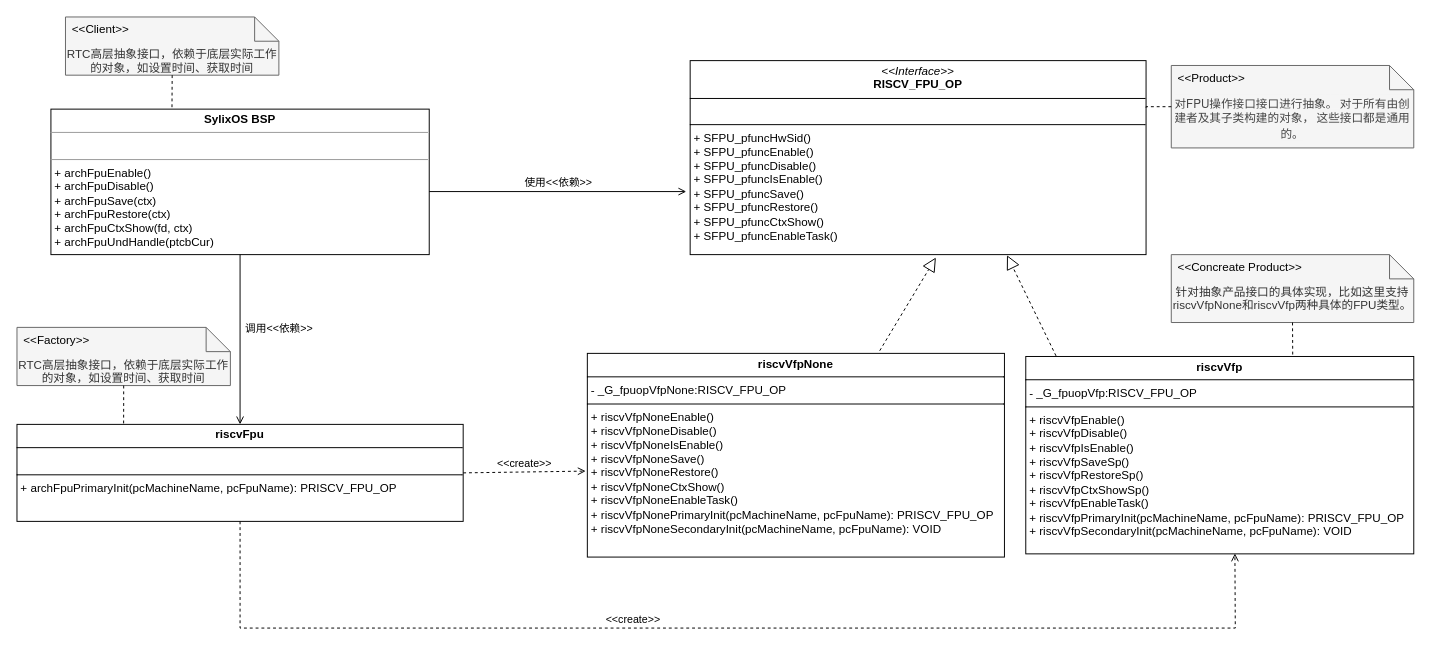
Above: page "SylixOS设计模式-简单工厂" (4 of 4) of draw/SylixOS内核艺术.drawio in peng-fan/drawio (draw.io), before the change. Source tidied: cells renumbered, new cells numbered last; positions are measured from the earlier drawing's top-left corner, leaving out a move shared by most shapes. Both pictures are drawn from the tidied source at 97%, with x=0, y=0 at pixel (16, 16).
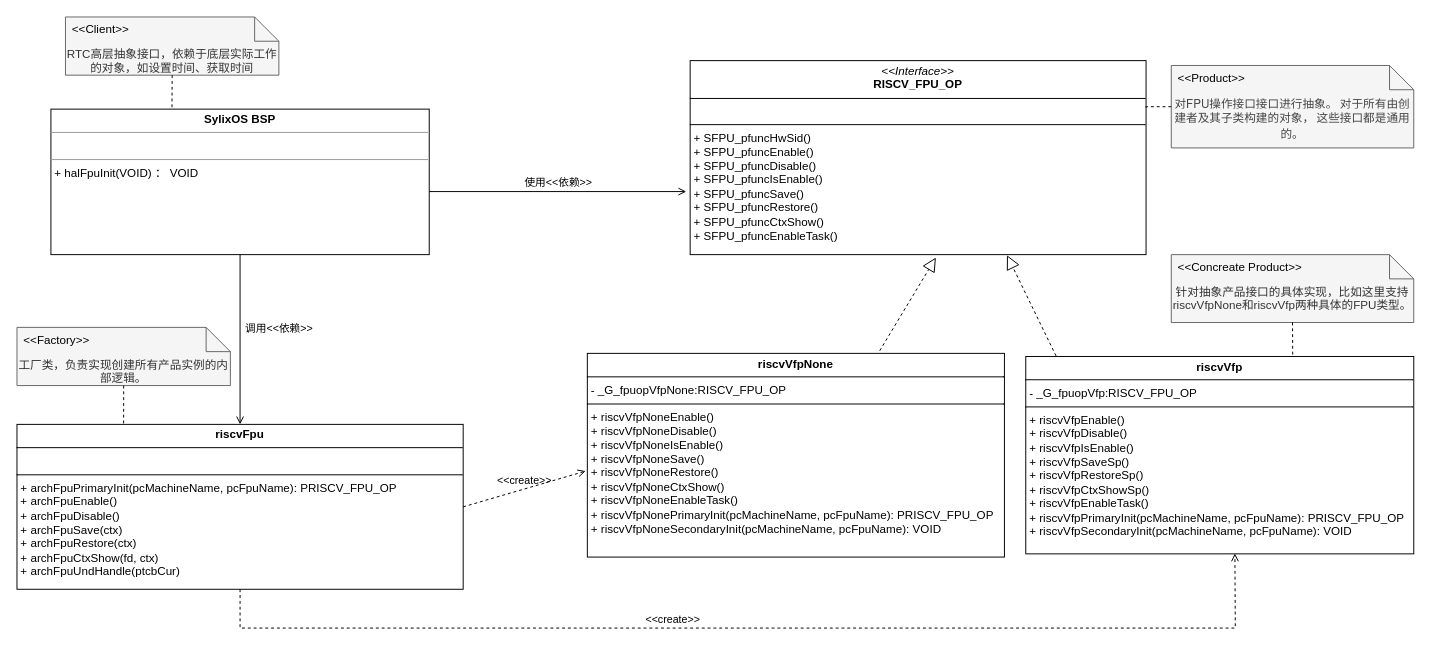
Above is the later version.

Commit message (it also covers changes not shown here):
更新SylixOS内核艺术.drawio

What changed in the source:
```diff
@@
-    <mxCell id="4" value="&lt;p style=&quot;margin:0px;margin-top:4px;text-align:center;&quot;&gt;&lt;span style=&quot;font-weight: 700; text-wrap-mode: wrap;&quot;&gt;SylixOS BSP&lt;/span&gt;&lt;/p&gt;&lt;hr size=&quot;1&quot;&gt;&lt;p style=&quot;margin:0px;margin-left:4px;&quot;&gt;&lt;br&gt;&lt;/p&gt;&lt;hr size=&quot;1&quot;&gt;&lt;p style=&quot;margin:0px;margin-left:4px;&quot;&gt;&lt;span style=&quot;text-wrap-mode: wrap;&quot;&gt;+ archFpuEnable()&lt;/span&gt;&lt;/p&gt;&lt;p style=&quot;margin:0px;margin-left:4px;&quot;&gt;&lt;span style=&quot;text-wrap-mode: wrap;&quot;&gt;+ archFpuDisable()&lt;/span&gt;&lt;/p&gt;&lt;p style=&quot;margin:0px;margin-left:4px;&quot;&gt;&lt;span style=&quot;text-wrap-mode: wrap;&quot;&gt;+ archFpuSave(ctx)&lt;/span&gt;&lt;/p&gt;&lt;p style=&quot;margin:0px;margin-left:4px;&quot;&gt;&lt;span style=&quot;text-wrap-mode: wrap;&quot;&gt;+ archFpuRestore(ctx)&lt;/span&gt;&lt;/p&gt;&lt;p style=&quot;margin:0px;margin-left:4px;&quot;&gt;&lt;span style=&quot;text-wrap-mode: wrap;&quot;&gt;+ archFpuCtxShow(fd, ctx)&lt;/span&gt;&lt;/p&gt;&lt;p style=&quot;margin:0px;margin-left:4px;&quot;&gt;&lt;span style=&quot;text-wrap-mode: wrap;&quot;&gt;+ archFpuUndHandle(ptcbCur)&lt;/span&gt;&lt;/p&gt;" style="verticalAlign=top;align=left;overflow=fill;fontSize=12;fontFamily=Helvetica;html=1;rounded=0;shadow=0;comic=0;labelBackgroundColor=none;strokeWidth=1;" parent="1" vertex="1">
+    <mxCell id="4" value="&lt;p style=&quot;margin:0px;margin-top:4px;text-align:center;&quot;&gt;&lt;span style=&quot;font-weight: 700; text-wrap-mode: wrap;&quot;&gt;SylixOS BSP&lt;/span&gt;&lt;/p&gt;&lt;hr size=&quot;1&quot;&gt;&lt;p style=&quot;margin:0px;margin-left:4px;&quot;&gt;&lt;br&gt;&lt;/p&gt;&lt;hr size=&quot;1&quot;&gt;&lt;p style=&quot;margin:0px;margin-left:4px;&quot;&gt;&lt;span style=&quot;text-wrap-mode: wrap;&quot;&gt;+ halFpuInit(VOID) ： VOID&lt;/span&gt;&lt;/p&gt;" style="verticalAlign=top;align=left;overflow=fill;fontSize=12;fontFamily=Helvetica;html=1;rounded=0;shadow=0;comic=0;labelBackgroundColor=none;strokeWidth=1;" parent="1" vertex="1">
       <mxGeometry x="35" y="95" width="390" height="150" as="geometry" />
     </mxCell>
-    <mxCell id="5" value="&lt;p style=&quot;margin:0px;margin-top:4px;text-align:center;&quot;&gt;&lt;b&gt;riscvFpu&lt;/b&gt;&lt;/p&gt;&lt;hr size=&quot;1&quot; style=&quot;border-style:solid;&quot;&gt;&lt;p style=&quot;margin:0px;margin-left:4px;&quot;&gt;&lt;br&gt;&lt;/p&gt;&lt;hr size=&quot;1&quot; style=&quot;border-style:solid;&quot;&gt;&lt;p style=&quot;margin: 0px 0px 0px 4px;&quot;&gt;+ archFpuPrimaryInit(pcMachineName, pcFpuName):&amp;nbsp;PRISCV_FPU_OP&lt;/p&gt;" style="verticalAlign=top;align=left;overflow=fill;html=1;whiteSpace=wrap;" parent="1" vertex="1">
-      <mxGeometry y="420" width="460" height="100" as="geometry" />
+    <mxCell id="5" value="&lt;p style=&quot;margin:0px;margin-top:4px;text-align:center;&quot;&gt;&lt;b&gt;riscvFpu&lt;/b&gt;&lt;/p&gt;&lt;hr size=&quot;1&quot; style=&quot;border-style:solid;&quot;&gt;&lt;p style=&quot;margin:0px;margin-left:4px;&quot;&gt;&lt;br&gt;&lt;/p&gt;&lt;hr size=&quot;1&quot; style=&quot;border-style:solid;&quot;&gt;&lt;p style=&quot;margin: 0px 0px 0px 4px;&quot;&gt;+ archFpuPrimaryInit(pcMachineName, pcFpuName):&amp;nbsp;PRISCV_FPU_OP&lt;/p&gt;&lt;p style=&quot;text-wrap-mode: nowrap; margin: 0px 0px 0px 4px;&quot;&gt;&lt;span style=&quot;text-wrap-mode: wrap;&quot;&gt;+ archFpuEnable()&lt;/span&gt;&lt;/p&gt;&lt;p style=&quot;text-wrap-mode: nowrap; margin: 0px 0px 0px 4px;&quot;&gt;&lt;span style=&quot;text-wrap-mode: wrap;&quot;&gt;+ archFpuDisable()&lt;/span&gt;&lt;/p&gt;&lt;p style=&quot;text-wrap-mode: nowrap; margin: 0px 0px 0px 4px;&quot;&gt;&lt;span style=&quot;text-wrap-mode: wrap;&quot;&gt;+ archFpuSave(ctx)&lt;/span&gt;&lt;/p&gt;&lt;p style=&quot;text-wrap-mode: nowrap; margin: 0px 0px 0px 4px;&quot;&gt;&lt;span style=&quot;text-wrap-mode: wrap;&quot;&gt;+ archFpuRestore(ctx)&lt;/span&gt;&lt;/p&gt;&lt;p style=&quot;text-wrap-mode: nowrap; margin: 0px 0px 0px 4px;&quot;&gt;&lt;span style=&quot;text-wrap-mode: wrap;&quot;&gt;+ archFpuCtxShow(fd, ctx)&lt;/span&gt;&lt;/p&gt;&lt;p style=&quot;text-wrap-mode: nowrap; margin: 0px 0px 0px 4px;&quot;&gt;&lt;span style=&quot;text-wrap-mode: wrap;&quot;&gt;+ archFpuUndHandle(ptcbCur)&lt;/span&gt;&lt;/p&gt;" style="verticalAlign=top;align=left;overflow=fill;html=1;whiteSpace=wrap;" parent="1" vertex="1">
+      <mxGeometry y="420" width="460" height="170" as="geometry" />
     </mxCell>
@@
-    <mxCell id="13" value="&lt;div&gt;&lt;div class=&quot;ace-line ace-line old-record-id-ExkXdVtDqofSKyxZcV6c9kCpnzc&quot;&gt;RTC高层抽象接口，依赖于底层实际工作的对象，如设置时间、获取时间&lt;/div&gt;&lt;/div&gt;&lt;span data-lark-record-data=&quot;{&amp;quot;rootId&amp;quot;:&amp;quot;XQFvd94RPoZa4Mx5yjpcOu3MnYf&amp;quot;,&amp;quot;text&amp;quot;:{&amp;quot;initialAttributedTexts&amp;quot;:{&amp;quot;text&amp;quot;:{&amp;quot;0&amp;quot;:&amp;quot;RTC子系统：作为环境(Context)类，使用这些策略&amp;quot;},&amp;quot;attribs&amp;quot;:{&amp;quot;0&amp;quot;:&amp;quot;*0+s&amp;quot;}},&amp;quot;apool&amp;quot;:{&amp;quot;numToAttrib&amp;quot;:{&amp;quot;0&amp;quot;:[&amp;quot;author&amp;quot;,&amp;quot;7164723265586348036&amp;quot;]},&amp;quot;nextNum&amp;quot;:1}},&amp;quot;type&amp;quot;:&amp;quot;text&amp;quot;,&amp;quot;referenceRecordMap&amp;quot;:{},&amp;quot;extra&amp;quot;:{&amp;quot;channel&amp;quot;:&amp;quot;saas&amp;quot;,&amp;quot;isEqualBlockSelection&amp;quot;:true,&amp;quot;pasteRandomId&amp;quot;:&amp;quot;aa6ecff8-70e5-4af4-9037-28c291040ef5&amp;quot;,&amp;quot;mention_page_title&amp;quot;:{},&amp;quot;external_mention_url&amp;quot;:{}},&amp;quot;isKeepQuoteContainer&amp;quot;:false,&amp;quot;isFromCode&amp;quot;:false,&amp;quot;selection&amp;quot;:[{&amp;quot;id&amp;quot;:26,&amp;quot;type&amp;quot;:&amp;quot;text&amp;quot;,&amp;quot;selection&amp;quot;:{&amp;quot;start&amp;quot;:0,&amp;quot;end&amp;quot;:28},&amp;quot;recordId&amp;quot;:&amp;quot;ExkXdVtDqofSKyxZcV6c9kCpnzc&amp;quot;}],&amp;quot;payloadMap&amp;quot;:{},&amp;quot;isCut&amp;quot;:false}&quot; class=&quot;lark-record-clipboard&quot;&gt;&lt;/span&gt;" style="shape=note2;boundedLbl=1;whiteSpace=wrap;html=1;size=25;verticalAlign=top;align=center;fillColor=#f5f5f5;fontColor=#333333;strokeColor=#666666;" parent="1" vertex="1">
+    <mxCell id="13" value="&lt;div&gt;&lt;div class=&quot;ace-line ace-line old-record-id-ExkXdVtDqofSKyxZcV6c9kCpnzc&quot;&gt;&lt;div&gt;&lt;div class=&quot;old-record-id-EqthdoWPpoD6GoxRNPJcncbZnUe&quot;&gt;工厂类，负责实现创建所有产品实例的内部逻辑。&lt;/div&gt;&lt;div class=&quot;old-record-id-EqthdoWPpoD6GoxRNPJcncbZnUe&quot;&gt;&lt;br&gt;&lt;/div&gt;&lt;/div&gt;&lt;span data-lark-record-data=&quot;{&amp;quot;rootId&amp;quot;:&amp;quot;Xg9udgYO5oD60cx9DwBchDOxnnh&amp;quot;,&amp;quot;text&amp;quot;:{&amp;quot;initialAttributedTexts&amp;quot;:{&amp;quot;text&amp;quot;:{&amp;quot;0&amp;quot;:&amp;quot;工厂类，它是简单工厂模式的核心，负责实现创建所有产品实例的内部逻辑。工厂类对外提供静态的工厂方法，根据传入的参数（如ID或名称）决定实例化哪一个具体产品，并返回抽象产品类型Product的指针&amp;quot;},&amp;quot;attribs&amp;quot;:{&amp;quot;0&amp;quot;:&amp;quot;*0+2o&amp;quot;}},&amp;quot;apool&amp;quot;:{&amp;quot;numToAttrib&amp;quot;:{&amp;quot;0&amp;quot;:[&amp;quot;author&amp;quot;,&amp;quot;7164723265586348036&amp;quot;]},&amp;quot;nextNum&amp;quot;:1}},&amp;quot;type&amp;quot;:&amp;quot;text&amp;quot;,&amp;quot;referenceRecordMap&amp;quot;:{},&amp;quot;extra&amp;quot;:{&amp;quot;channel&amp;quot;:&amp;quot;saas&amp;quot;,&amp;quot;isEqualBlockSelection&amp;quot;:false,&amp;quot;pasteRandomId&amp;quot;:&amp;quot;52ab1bf3-2f31-4801-a902-87b94a2c1df0&amp;quot;,&amp;quot;mention_page_title&amp;quot;:{},&amp;quot;external_mention_url&amp;quot;:{}},&amp;quot;isKeepQuoteContainer&amp;quot;:false,&amp;quot;isFromCode&amp;quot;:false,&amp;quot;selection&amp;quot;:[{&amp;quot;id&amp;quot;:258,&amp;quot;type&amp;quot;:&amp;quot;text&amp;quot;,&amp;quot;selection&amp;quot;:{&amp;quot;start&amp;quot;:15,&amp;quot;end&amp;quot;:111},&amp;quot;recordId&amp;quot;:&amp;quot;EqthdoWPpoD6GoxRNPJcncbZnUe&amp;quot;}],&amp;quot;payloadMap&amp;quot;:{},&amp;quot;isCut&amp;quot;:false}&quot; class=&quot;lark-record-clipboard&quot;&gt;&lt;/span&gt;&lt;/div&gt;&lt;/div&gt;&lt;span data-lark-record-data=&quot;{&amp;quot;rootId&amp;quot;:&amp;quot;XQFvd94RPoZa4Mx5yjpcOu3MnYf&amp;quot;,&amp;quot;text&amp;quot;:{&amp;quot;initialAttributedTexts&amp;quot;:{&amp;quot;text&amp;quot;:{&amp;quot;0&amp;quot;:&amp;quot;RTC子系统：作为环境(Context)类，使用这些策略&amp;quot;},&amp;quot;attribs&amp;quot;:{&amp;quot;0&amp;quot;:&amp;quot;*0+s&amp;quot;}},&amp;quot;apool&amp;quot;:{&amp;quot;numToAttrib&amp;quot;:{&amp;quot;0&amp;quot;:[&amp;quot;author&amp;quot;,&amp;quot;7164723265586348036&amp;quot;]},&amp;quot;nextNum&amp;quot;:1}},&amp;quot;type&amp;quot;:&amp;quot;text&amp;quot;,&amp;quot;referenceRecordMap&amp;quot;:{},&amp;quot;extra&amp;quot;:{&amp;quot;channel&amp;quot;:&amp;quot;saas&amp;quot;,&amp;quot;isEqualBlockSelection&amp;quot;:true,&amp;quot;pasteRandomId&amp;quot;:&amp;quot;aa6ecff8-70e5-4af4-9037-28c291040ef5&amp;quot;,&amp;quot;mention_page_title&amp;quot;:{},&amp;quot;external_mention_url&amp;quot;:{}},&amp;quot;isKeepQuoteContainer&amp;quot;:false,&amp;quot;isFromCode&amp;quot;:false,&amp;quot;selection&amp;quot;:[{&amp;quot;id&amp;quot;:26,&amp;quot;type&amp;quot;:&amp;quot;text&amp;quot;,&amp;quot;selection&amp;quot;:{&amp;quot;start&amp;quot;:0,&amp;quot;end&amp;quot;:28},&amp;quot;recordId&amp;quot;:&amp;quot;ExkXdVtDqofSKyxZcV6c9kCpnzc&amp;quot;}],&amp;quot;payloadMap&amp;quot;:{},&amp;quot;isCut&amp;quot;:false}&quot; class=&quot;lark-record-clipboard&quot;&gt;&lt;/span&gt;" style="shape=note2;boundedLbl=1;whiteSpace=wrap;html=1;size=25;verticalAlign=top;align=center;fillColor=#f5f5f5;fontColor=#333333;strokeColor=#666666;" parent="1" vertex="1">
       <mxGeometry y="320" width="220" height="60" as="geometry" />
     </mxCell>
@@
-    <mxCell id="19" value="&lt;div&gt;&lt;div class=&quot;ace-line ace-line old-record-id-ExkXdVtDqofSKyxZcV6c9kCpnzc&quot;&gt;RTC高层抽象接口，依赖于底层实际工作的对象，如设置时间、获取时间&lt;/div&gt;&lt;/div&gt;&lt;span data-lark-record-data=&quot;{&amp;quot;rootId&amp;quot;:&amp;quot;XQFvd94RPoZa4Mx5yjpcOu3MnYf&amp;quot;,&amp;quot;text&amp;quot;:{&amp;quot;initialAttributedTexts&amp;quot;:{&amp;quot;text&amp;quot;:{&amp;quot;0&amp;quot;:&amp;quot;RTC子系统：作为环境(Context)类，使用这些策略&amp;quot;},&amp;quot;attribs&amp;quot;:{&amp;quot;0&amp;quot;:&amp;quot;*0+s&amp;quot;}},&amp;quot;apool&amp;quot;:{&amp;quot;numToAttrib&amp;quot;:{&amp;quot;0&amp;quot;:[&amp;quot;author&amp;quot;,&amp;quot;7164723265586348036&amp;quot;]},&amp;quot;nextNum&amp;quot;:1}},&amp;quot;type&amp;quot;:&amp;quot;text&amp;quot;,&amp;quot;referenceRecordMap&amp;quot;:{},&amp;quot;extra&amp;quot;:{&amp;quot;channel&amp;quot;:&amp;quot;saas&amp;quot;,&amp;quot;isEqualBlockSelection&amp;quot;:true,&amp;quot;pasteRandomId&amp;quot;:&amp;quot;aa6ecff8-70e5-4af4-9037-28c291040ef5&amp;quot;,&amp;quot;mention_page_title&amp;quot;:{},&amp;quot;external_mention_url&amp;quot;:{}},&amp;quot;isKeepQuoteContainer&amp;quot;:false,&amp;quot;isFromCode&amp;quot;:false,&amp;quot;selection&amp;quot;:[{&amp;quot;id&amp;quot;:26,&amp;quot;type&amp;quot;:&amp;quot;text&amp;quot;,&amp;quot;selection&amp;quot;:{&amp;quot;start&amp;quot;:0,&amp;quot;end&amp;quot;:28},&amp;quot;recordId&amp;quot;:&amp;quot;ExkXdVtDqofSKyxZcV6c9kCpnzc&amp;quot;}],&amp;quot;payloadMap&amp;quot;:{},&amp;quot;isCut&amp;quot;:false}&quot; class=&quot;lark-record-clipboard&quot;&gt;&lt;/span&gt;" style="shape=note2;boundedLbl=1;whiteSpace=wrap;html=1;size=25;verticalAlign=top;align=center;fillColor=#f5f5f5;fontColor=#333333;strokeColor=#666666;" parent="1" vertex="1">
+    <mxCell id="19" value="&lt;div&gt;&lt;div class=&quot;ace-line ace-line old-record-id-ExkXdVtDqofSKyxZcV6c9kCpnzc&quot;&gt;RTC高层抽象接口，依赖于底层实际工作的对象，如设置时间、获取时间&lt;/div&gt;&lt;div class=&quot;ace-line ace-line old-record-id-ExkXdVtDqofSKyxZcV6c9kCpnzc&quot;&gt;&lt;br&gt;&lt;/div&gt;&lt;div class=&quot;ace-line ace-line old-record-id-ExkXdVtDqofSKyxZcV6c9kCpnzc&quot;&gt;&lt;br&gt;&lt;/div&gt;&lt;/div&gt;&lt;span data-lark-record-data=&quot;{&amp;quot;rootId&amp;quot;:&amp;quot;XQFvd94RPoZa4Mx5yjpcOu3MnYf&amp;quot;,&amp;quot;text&amp;quot;:{&amp;quot;initialAttributedTexts&amp;quot;:{&amp;quot;text&amp;quot;:{&amp;quot;0&amp;quot;:&amp;quot;RTC子系统：作为环境(Context)类，使用这些策略&amp;quot;},&amp;quot;attribs&amp;quot;:{&amp;quot;0&amp;quot;:&amp;quot;*0+s&amp;quot;}},&amp;quot;apool&amp;quot;:{&amp;quot;numToAttrib&amp;quot;:{&amp;quot;0&amp;quot;:[&amp;quot;author&amp;quot;,&amp;quot;7164723265586348036&amp;quot;]},&amp;quot;nextNum&amp;quot;:1}},&amp;quot;type&amp;quot;:&amp;quot;text&amp;quot;,&amp;quot;referenceRecordMap&amp;quot;:{},&amp;quot;extra&amp;quot;:{&amp;quot;channel&amp;quot;:&amp;quot;saas&amp;quot;,&amp;quot;isEqualBlockSelection&amp;quot;:true,&amp;quot;pasteRandomId&amp;quot;:&amp;quot;aa6ecff8-70e5-4af4-9037-28c291040ef5&amp;quot;,&amp;quot;mention_page_title&amp;quot;:{},&amp;quot;external_mention_url&amp;quot;:{}},&amp;quot;isKeepQuoteContainer&amp;quot;:false,&amp;quot;isFromCode&amp;quot;:false,&amp;quot;selection&amp;quot;:[{&amp;quot;id&amp;quot;:26,&amp;quot;type&amp;quot;:&amp;quot;text&amp;quot;,&amp;quot;selection&amp;quot;:{&amp;quot;start&amp;quot;:0,&amp;quot;end&amp;quot;:28},&amp;quot;recordId&amp;quot;:&amp;quot;ExkXdVtDqofSKyxZcV6c9kCpnzc&amp;quot;}],&amp;quot;payloadMap&amp;quot;:{},&amp;quot;isCut&amp;quot;:false}&quot; class=&quot;lark-record-clipboard&quot;&gt;&lt;/span&gt;" style="shape=note2;boundedLbl=1;whiteSpace=wrap;html=1;size=25;verticalAlign=top;align=center;fillColor=#f5f5f5;fontColor=#333333;strokeColor=#666666;" parent="1" vertex="1">
       <mxGeometry x="50" width="220" height="60" as="geometry" />
     </mxCell>
```
